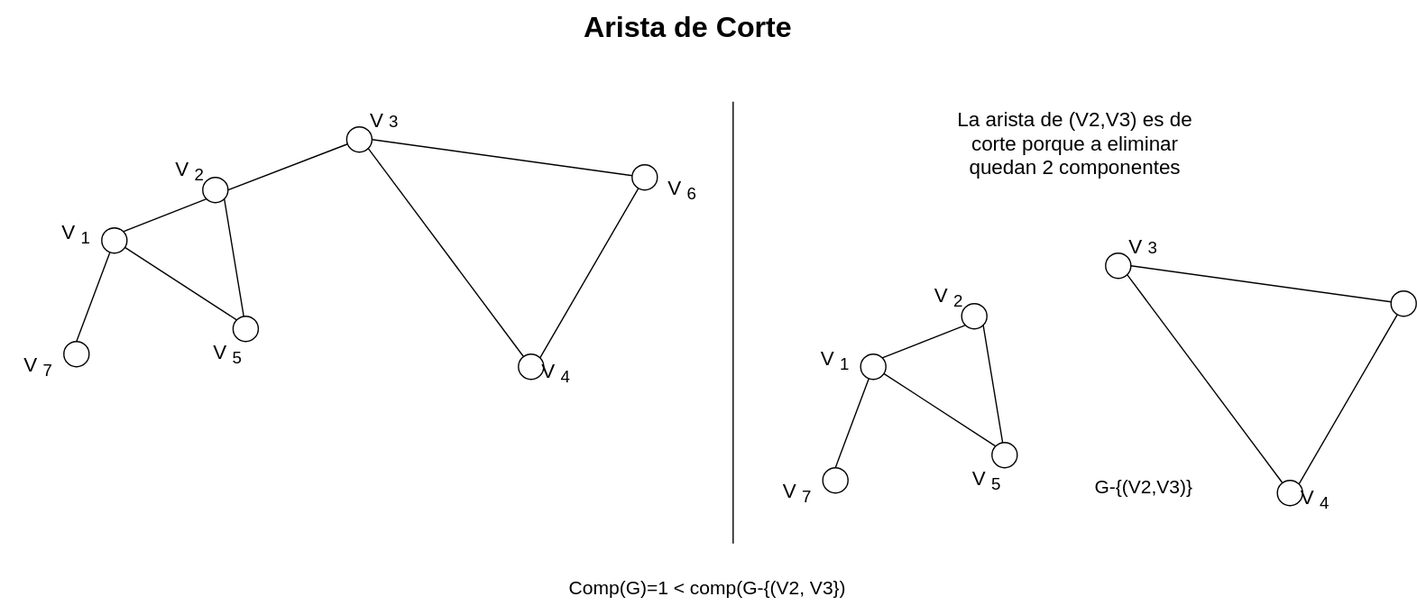
Earlier version of the draw.io export Estructura-de-datos/Grafos/Arista-de-Corte.drawio.svg (Nordcode-cyber/Algoritmos-Estructdatos). Source tidied: cells renumbered, new cells last; positions are measured from the earlier drawing's top-left corner, leaving out a move shared by most shapes. The source it was exported from:
```xml
<mxGraphModel>
  <root>
    <mxCell id="0" />
    <mxCell id="1" parent="0" />
    <mxCell id="2" value="&lt;h1 style=&quot;margin-top: 0px;&quot;&gt;&lt;font style=&quot;font-size: 23px;&quot;&gt;Arista de Corte&lt;/font&gt;&lt;/h1&gt;&lt;p&gt;&lt;br&gt;&lt;/p&gt;" style="text;html=1;whiteSpace=wrap;overflow=hidden;rounded=0;" parent="1" vertex="1">
      <mxGeometry x="460" width="236" height="60" as="geometry" />
    </mxCell>
    <mxCell id="3" style="ellipse;whiteSpace=wrap;html=1;fillColor=light-dark(#FFFFFF,#FF3333);" parent="1" vertex="1">
      <mxGeometry x="50" y="270" width="20" height="20" as="geometry" />
    </mxCell>
    <mxCell id="4" style="edgeStyle=none;html=1;entryX=0.5;entryY=0;entryDx=0;entryDy=0;endArrow=none;endFill=0;" parent="1" edge="1" source="6" target="3">
      <mxGeometry relative="1" as="geometry" />
    </mxCell>
    <mxCell id="5" style="edgeStyle=none;html=1;entryX=0;entryY=0;entryDx=0;entryDy=0;endArrow=none;endFill=0;" parent="1" edge="1" source="6" target="10">
      <mxGeometry relative="1" as="geometry" />
    </mxCell>
    <mxCell id="6" style="ellipse;whiteSpace=wrap;html=1;fillColor=light-dark(#FFFFFF,#FF3333);" parent="1" vertex="1">
      <mxGeometry x="80" y="180" width="20" height="20" as="geometry" />
    </mxCell>
    <mxCell id="7" style="edgeStyle=none;html=1;entryX=1;entryY=0;entryDx=0;entryDy=0;exitX=0;exitY=1;exitDx=0;exitDy=0;endArrow=none;endFill=0;" parent="1" edge="1" source="8" target="6">
      <mxGeometry relative="1" as="geometry" />
    </mxCell>
    <mxCell id="8" style="ellipse;whiteSpace=wrap;html=1;fillColor=light-dark(#FFFFFF,#FF3333);" parent="1" vertex="1">
      <mxGeometry x="160" y="140" width="20" height="20" as="geometry" />
    </mxCell>
    <mxCell id="9" style="edgeStyle=none;html=1;entryX=1;entryY=1;entryDx=0;entryDy=0;endArrow=none;endFill=0;" parent="1" edge="1" source="10" target="8">
      <mxGeometry relative="1" as="geometry" />
    </mxCell>
    <mxCell id="10" style="ellipse;whiteSpace=wrap;html=1;fillColor=light-dark(#FFFFFF,#FF3333);" parent="1" vertex="1">
      <mxGeometry x="184" y="250" width="20" height="20" as="geometry" />
    </mxCell>
    <mxCell id="11" style="edgeStyle=none;html=1;entryX=1;entryY=0.5;entryDx=0;entryDy=0;endArrow=none;endFill=0;" parent="1" edge="1" source="12" target="8">
      <mxGeometry relative="1" as="geometry" />
    </mxCell>
    <mxCell id="12" style="ellipse;whiteSpace=wrap;html=1;fillColor=light-dark(#FFFFFF,#FF3333);" parent="1" vertex="1">
      <mxGeometry x="274" y="100" width="20" height="20" as="geometry" />
    </mxCell>
    <mxCell id="13" style="edgeStyle=none;html=1;entryX=1;entryY=0;entryDx=0;entryDy=0;endArrow=none;endFill=0;" parent="1" edge="1" source="15" target="17">
      <mxGeometry relative="1" as="geometry" />
    </mxCell>
    <mxCell id="14" style="edgeStyle=none;html=1;entryX=1;entryY=0.5;entryDx=0;entryDy=0;endArrow=none;endFill=0;" parent="1" edge="1" source="15" target="12">
      <mxGeometry relative="1" as="geometry" />
    </mxCell>
    <mxCell id="15" style="ellipse;whiteSpace=wrap;html=1;fillColor=light-dark(#FFFFFF,#FF3333);" parent="1" vertex="1">
      <mxGeometry x="500" y="130" width="20" height="20" as="geometry" />
    </mxCell>
    <mxCell id="16" style="edgeStyle=none;html=1;entryX=1;entryY=1;entryDx=0;entryDy=0;endArrow=none;endFill=0;" parent="1" edge="1" source="17" target="12">
      <mxGeometry relative="1" as="geometry" />
    </mxCell>
    <mxCell id="17" style="ellipse;whiteSpace=wrap;html=1;fillColor=light-dark(#FFFFFF,#FF3333);" parent="1" vertex="1">
      <mxGeometry x="410" y="280" width="20" height="20" as="geometry" />
    </mxCell>
    <mxCell id="18" value="&lt;font style=&quot;color: light-dark(rgb(0, 0, 0), rgb(255, 51, 51)); font-size: 16px;&quot;&gt;V&lt;sub&gt;1&lt;/sub&gt;&lt;/font&gt;" style="text;html=1;align=center;verticalAlign=middle;whiteSpace=wrap;rounded=0;" parent="1" vertex="1">
      <mxGeometry x="30" y="170" width="60" height="30" as="geometry" />
    </mxCell>
    <mxCell id="19" value="&lt;font style=&quot;color: light-dark(rgb(0, 0, 0), rgb(255, 51, 51)); font-size: 16px;&quot;&gt;V&lt;sub&gt;2&lt;/sub&gt;&lt;/font&gt;" style="text;html=1;align=center;verticalAlign=middle;whiteSpace=wrap;rounded=0;" parent="1" vertex="1">
      <mxGeometry x="120" y="120" width="60" height="30" as="geometry" />
    </mxCell>
    <mxCell id="20" value="&lt;font style=&quot;color: light-dark(rgb(0, 0, 0), rgb(255, 51, 51)); font-size: 16px;&quot;&gt;V&lt;sub&gt;5&lt;/sub&gt;&lt;/font&gt;" style="text;html=1;align=center;verticalAlign=middle;whiteSpace=wrap;rounded=0;" parent="1" vertex="1">
      <mxGeometry x="150" y="265" width="60" height="30" as="geometry" />
    </mxCell>
    <mxCell id="21" value="&lt;font style=&quot;color: light-dark(rgb(0, 0, 0), rgb(255, 51, 51)); font-size: 16px;&quot;&gt;V&lt;sub&gt;7&lt;/sub&gt;&lt;/font&gt;" style="text;html=1;align=center;verticalAlign=middle;whiteSpace=wrap;rounded=0;" parent="1" vertex="1">
      <mxGeometry y="275" width="60" height="30" as="geometry" />
    </mxCell>
    <mxCell id="22" value="&lt;font style=&quot;color: light-dark(rgb(0, 0, 0), rgb(255, 51, 51)); font-size: 16px;&quot;&gt;V&lt;sub&gt;4&lt;/sub&gt;&lt;/font&gt;" style="text;html=1;align=center;verticalAlign=middle;whiteSpace=wrap;rounded=0;" parent="1" vertex="1">
      <mxGeometry x="410" y="280" width="60" height="30" as="geometry" />
    </mxCell>
    <mxCell id="23" value="&lt;font style=&quot;color: light-dark(rgb(0, 0, 0), rgb(255, 51, 51)); font-size: 16px;&quot;&gt;V&lt;/font&gt;&lt;font style=&quot;font-size: 13.3333px;&quot;&gt;3&lt;/font&gt;" style="text;html=1;align=center;verticalAlign=middle;whiteSpace=wrap;rounded=0;" parent="1" vertex="1">
      <mxGeometry x="274" y="80" width="60" height="30" as="geometry" />
    </mxCell>
    <mxCell id="24" value="&lt;font style=&quot;color: light-dark(rgb(0, 0, 0), rgb(255, 51, 51)); font-size: 16px;&quot;&gt;V&lt;sub&gt;6&lt;/sub&gt;&lt;/font&gt;" style="text;html=1;align=center;verticalAlign=middle;whiteSpace=wrap;rounded=0;" parent="1" vertex="1">
      <mxGeometry x="510" y="135" width="60" height="30" as="geometry" />
    </mxCell>
    <mxCell id="25" style="endArrow=none;html=1;" parent="1" edge="1">
      <mxGeometry relative="1" as="geometry">
        <mxPoint x="580" y="430" as="sourcePoint" />
        <mxPoint x="580" y="80" as="targetPoint" />
      </mxGeometry>
    </mxCell>
    <mxCell id="26" value="&lt;font style=&quot;color: light-dark(rgb(0, 0, 0), rgb(51, 255, 51)); font-size: 16px;&quot;&gt;La arista de (V2,V3) es de corte porque a eliminar quedan 2 componentes&lt;/font&gt;" style="text;html=1;align=center;verticalAlign=middle;whiteSpace=wrap;rounded=0;" parent="1" vertex="1">
      <mxGeometry x="751" y="85" width="200" height="55" as="geometry" />
    </mxCell>
    <mxCell id="27" style="ellipse;whiteSpace=wrap;html=1;fillColor=light-dark(#FFFFFF,#FF3333);" parent="1" vertex="1">
      <mxGeometry x="651" y="370" width="20" height="20" as="geometry" />
    </mxCell>
    <mxCell id="28" style="edgeStyle=none;html=1;entryX=0.5;entryY=0;entryDx=0;entryDy=0;endArrow=none;endFill=0;" parent="1" edge="1" source="30" target="27">
      <mxGeometry relative="1" as="geometry" />
    </mxCell>
    <mxCell id="29" style="edgeStyle=none;html=1;entryX=0;entryY=0;entryDx=0;entryDy=0;endArrow=none;endFill=0;" parent="1" edge="1" source="30" target="34">
      <mxGeometry relative="1" as="geometry" />
    </mxCell>
    <mxCell id="30" style="ellipse;whiteSpace=wrap;html=1;fillColor=light-dark(#FFFFFF,#FF3333);" parent="1" vertex="1">
      <mxGeometry x="681" y="280" width="20" height="20" as="geometry" />
    </mxCell>
    <mxCell id="31" style="edgeStyle=none;html=1;entryX=1;entryY=0;entryDx=0;entryDy=0;exitX=0;exitY=1;exitDx=0;exitDy=0;endArrow=none;endFill=0;" parent="1" edge="1" source="32" target="30">
      <mxGeometry relative="1" as="geometry" />
    </mxCell>
    <mxCell id="32" style="ellipse;whiteSpace=wrap;html=1;fillColor=light-dark(#FFFFFF,#FF3333);" parent="1" vertex="1">
      <mxGeometry x="761" y="240" width="20" height="20" as="geometry" />
    </mxCell>
    <mxCell id="33" style="edgeStyle=none;html=1;entryX=1;entryY=1;entryDx=0;entryDy=0;endArrow=none;endFill=0;" parent="1" edge="1" source="34" target="32">
      <mxGeometry relative="1" as="geometry" />
    </mxCell>
    <mxCell id="34" style="ellipse;whiteSpace=wrap;html=1;fillColor=light-dark(#FFFFFF,#FF3333);" parent="1" vertex="1">
      <mxGeometry x="785" y="350" width="20" height="20" as="geometry" />
    </mxCell>
    <mxCell id="35" style="ellipse;whiteSpace=wrap;html=1;fillColor=light-dark(#FFFFFF,#FF3333);" parent="1" vertex="1">
      <mxGeometry x="875" y="200" width="20" height="20" as="geometry" />
    </mxCell>
    <mxCell id="36" style="edgeStyle=none;html=1;entryX=1;entryY=0;entryDx=0;entryDy=0;endArrow=none;endFill=0;" parent="1" edge="1" source="38" target="40">
      <mxGeometry relative="1" as="geometry" />
    </mxCell>
    <mxCell id="37" style="edgeStyle=none;html=1;entryX=1;entryY=0.5;entryDx=0;entryDy=0;endArrow=none;endFill=0;" parent="1" edge="1" source="38" target="35">
      <mxGeometry relative="1" as="geometry" />
    </mxCell>
    <mxCell id="38" style="ellipse;whiteSpace=wrap;html=1;fillColor=light-dark(#FFFFFF,#FF3333);" parent="1" vertex="1">
      <mxGeometry x="1101" y="230" width="20" height="20" as="geometry" />
    </mxCell>
    <mxCell id="39" style="edgeStyle=none;html=1;entryX=1;entryY=1;entryDx=0;entryDy=0;endArrow=none;endFill=0;" parent="1" edge="1" source="40" target="35">
      <mxGeometry relative="1" as="geometry" />
    </mxCell>
    <mxCell id="40" style="ellipse;whiteSpace=wrap;html=1;fillColor=light-dark(#FFFFFF,#FF3333);" parent="1" vertex="1">
      <mxGeometry x="1011" y="380" width="20" height="20" as="geometry" />
    </mxCell>
    <mxCell id="41" value="&lt;font style=&quot;color: light-dark(rgb(0, 0, 0), rgb(255, 51, 51)); font-size: 16px;&quot;&gt;V&lt;sub&gt;1&lt;/sub&gt;&lt;/font&gt;" style="text;html=1;align=center;verticalAlign=middle;whiteSpace=wrap;rounded=0;" parent="1" vertex="1">
      <mxGeometry x="631" y="270" width="60" height="30" as="geometry" />
    </mxCell>
    <mxCell id="42" value="&lt;font style=&quot;color: light-dark(rgb(0, 0, 0), rgb(255, 51, 51)); font-size: 16px;&quot;&gt;V&lt;sub&gt;2&lt;/sub&gt;&lt;/font&gt;" style="text;html=1;align=center;verticalAlign=middle;whiteSpace=wrap;rounded=0;" parent="1" vertex="1">
      <mxGeometry x="721" y="220" width="60" height="30" as="geometry" />
    </mxCell>
    <mxCell id="43" value="&lt;font style=&quot;color: light-dark(rgb(0, 0, 0), rgb(255, 51, 51)); font-size: 16px;&quot;&gt;V&lt;sub&gt;5&lt;/sub&gt;&lt;/font&gt;" style="text;html=1;align=center;verticalAlign=middle;whiteSpace=wrap;rounded=0;" parent="1" vertex="1">
      <mxGeometry x="751" y="365" width="60" height="30" as="geometry" />
    </mxCell>
    <mxCell id="44" value="&lt;font style=&quot;color: light-dark(rgb(0, 0, 0), rgb(255, 51, 51)); font-size: 16px;&quot;&gt;V&lt;sub&gt;7&lt;/sub&gt;&lt;/font&gt;" style="text;html=1;align=center;verticalAlign=middle;whiteSpace=wrap;rounded=0;" parent="1" vertex="1">
      <mxGeometry x="601" y="375" width="60" height="30" as="geometry" />
    </mxCell>
    <mxCell id="45" value="&lt;font style=&quot;color: light-dark(rgb(0, 0, 0), rgb(255, 51, 51)); font-size: 16px;&quot;&gt;V&lt;sub&gt;4&lt;/sub&gt;&lt;/font&gt;" style="text;html=1;align=center;verticalAlign=middle;whiteSpace=wrap;rounded=0;" parent="1" vertex="1">
      <mxGeometry x="1011" y="380" width="60" height="30" as="geometry" />
    </mxCell>
    <mxCell id="46" value="&lt;font style=&quot;color: light-dark(rgb(0, 0, 0), rgb(255, 51, 51)); font-size: 16px;&quot;&gt;V&lt;/font&gt;&lt;font style=&quot;font-size: 13.3333px;&quot;&gt;3&lt;/font&gt;" style="text;html=1;align=center;verticalAlign=middle;whiteSpace=wrap;rounded=0;" parent="1" vertex="1">
      <mxGeometry x="875" y="180" width="60" height="30" as="geometry" />
    </mxCell>
    <mxCell id="47" value="&lt;font style=&quot;color: light-dark(rgb(0, 0, 0), rgb(255, 51, 51)); font-size: 15px;&quot;&gt;G-{(V2,V3)}&lt;/font&gt;" style="text;html=1;align=center;verticalAlign=middle;whiteSpace=wrap;rounded=0;" parent="1" vertex="1">
      <mxGeometry x="847.5" y="370" width="115" height="30" as="geometry" />
    </mxCell>
    <mxCell id="48" value="&lt;font style=&quot;font-size: 15px; color: light-dark(rgb(0, 0, 0), rgb(51, 255, 51));&quot;&gt;Comp(G)=1 &amp;lt; comp(G-{(V2, V3})&lt;/font&gt;" style="text;html=1;align=center;verticalAlign=middle;whiteSpace=wrap;rounded=0;" parent="1" vertex="1">
      <mxGeometry x="440" y="450" width="240" height="30" as="geometry" />
    </mxCell>
  </root>
</mxGraphModel>
```
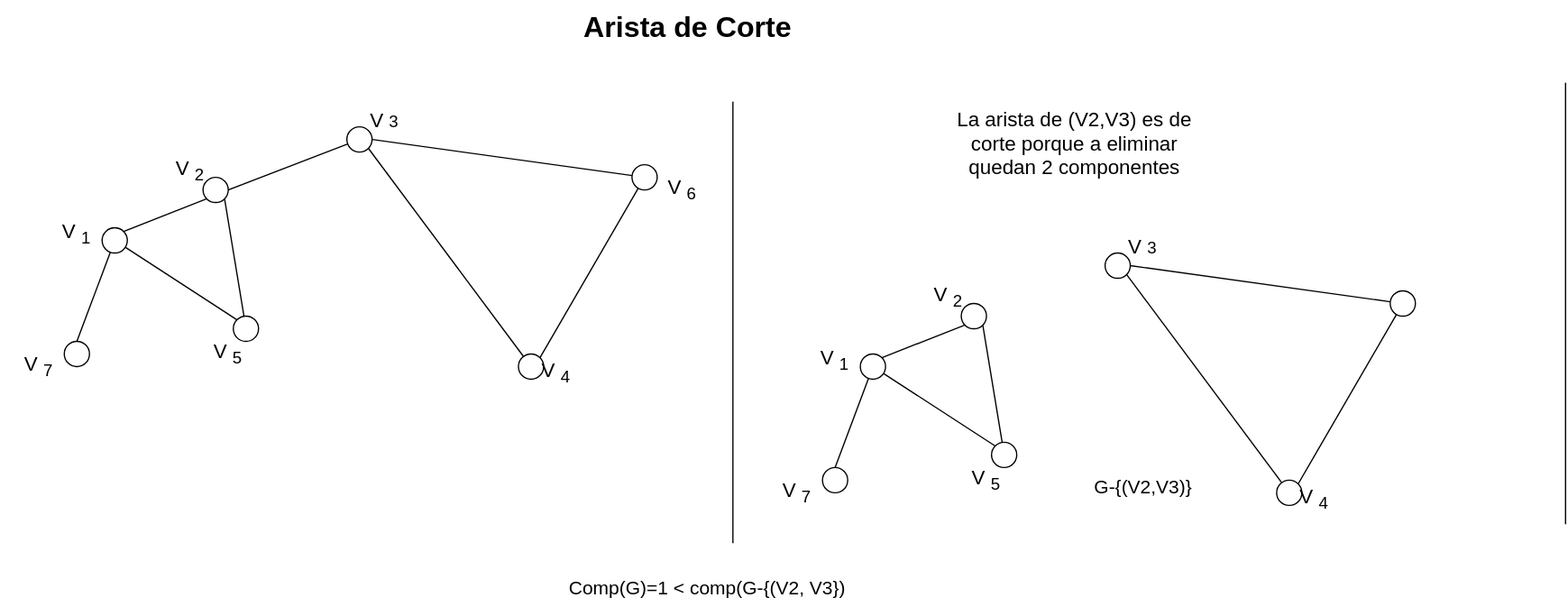
After the commit.

Change to the diagram source:
```diff
@@ -146,5 +146,11 @@
     <mxCell id="48" value="&lt;font style=&quot;font-size: 15px; color: light-dark(rgb(0, 0, 0), rgb(51, 255, 51));&quot;&gt;Comp(G)=1 &amp;lt; comp(G-{(V2, V3})&lt;/font&gt;" style="text;html=1;align=center;verticalAlign=middle;whiteSpace=wrap;rounded=0;" parent="1" vertex="1">
       <mxGeometry x="440" y="450" width="240" height="30" as="geometry" />
     </mxCell>
+    <mxCell id="49" style="endArrow=none;html=1;" parent="1" edge="1">
+      <mxGeometry relative="1" as="geometry">
+        <mxPoint x="1240" y="415" as="sourcePoint" />
+        <mxPoint x="1240" y="65" as="targetPoint" />
+      </mxGeometry>
+    </mxCell>
   </root>
 </mxGraphModel>
```
